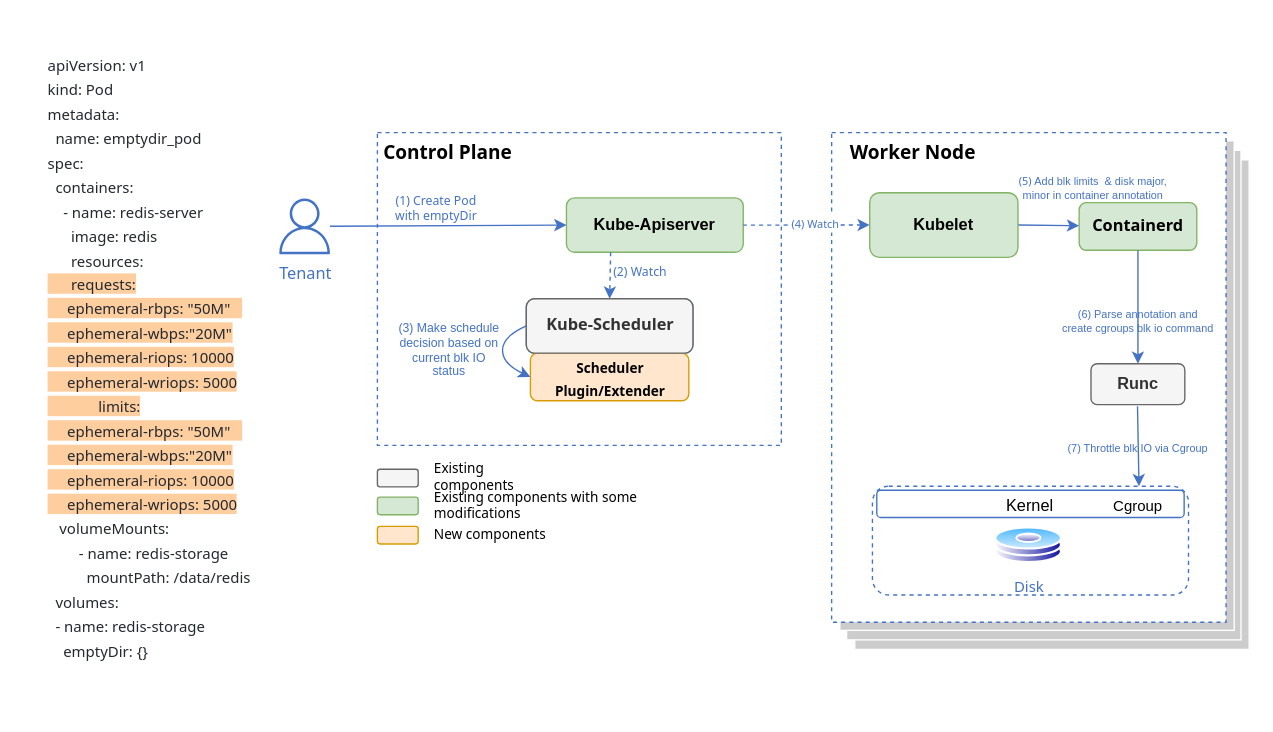
The draw.io diagram page "control flow" (13 of 13) of diagram/net_disk_io_design_v1.drawio in IntelOpen/kubernetes, before the edit. Source tidied: cells renumbered, new cells numbered last; positions are measured from the earlier drawing's top-left corner, leaving out a move shared by most shapes. Both pictures are drawn from the tidied source at 136%, with x=0, y=0 at pixel (23, 23).
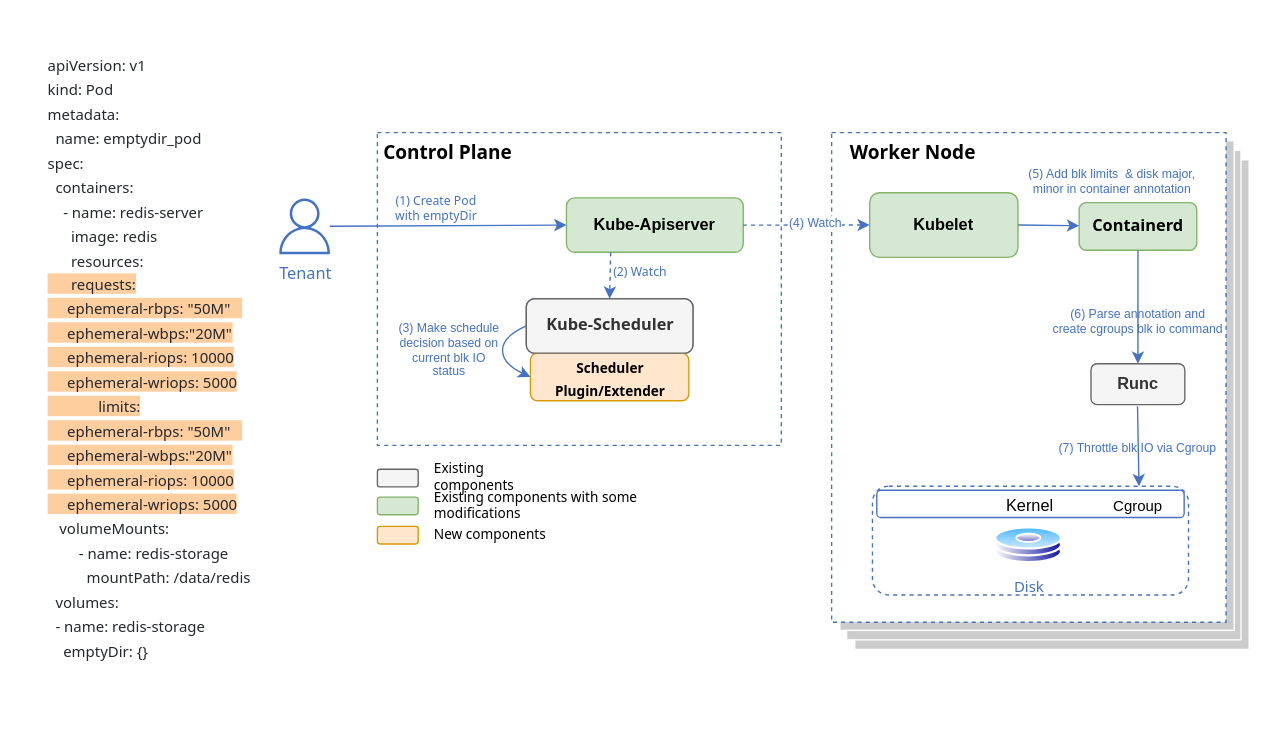
After the change.

The change refers to these unchanged cells:
```xml
<mxCell id="14" value="&lt;h3 style=&quot;font-size: 12px;&quot;&gt;&lt;font face=&quot;Tahoma&quot; style=&quot;font-size: 12px;&quot;&gt;Containerd&lt;/font&gt;&lt;/h3&gt;" style="rounded=1;whiteSpace=wrap;html=1;strokeColor=#82b366;fillColor=#d5e8d4;fontSize=12;" parent="1" vertex="1">
  <mxGeometry x="776" y="131.5" width="86.5" height="35" as="geometry" />
</mxCell>
<mxCell id="15" style="endArrow=classic;html=1;rounded=0;fontFamily=Tahoma;fontSize=9;fontColor=#4472C4;strokeColor=#4472C4;exitX=1;exitY=0.5;exitDx=0;exitDy=0;" parent="1" edge="1" source="18" target="14">
  <mxGeometry relative="1" as="geometry" />
</mxCell>
<mxCell id="17" value="&lt;b&gt;Runc&lt;/b&gt;" style="rounded=1;whiteSpace=wrap;html=1;strokeColor=#666666;fillColor=#f5f5f5;fontColor=#333333;" parent="1" vertex="1">
  <mxGeometry x="784.7" y="250" width="69" height="30" as="geometry" />
</mxCell>
<mxCell id="19" style="endArrow=none;html=1;rounded=0;fontFamily=Tahoma;fontSize=13;fontColor=#000000;strokeColor=#4472C4;exitX=0;exitY=0.5;exitDx=0;exitDy=0;entryX=1;entryY=0.5;entryDx=0;entryDy=0;dashed=1;endFill=0;startArrow=classic;startFill=1;" parent="1" edge="1" source="18" target="7">
  <mxGeometry relative="1" as="geometry" />
</mxCell>
<mxCell id="27" style="edgeStyle=none;html=1;strokeColor=#4472C4;labelBorderColor=none;labelBackgroundColor=#FFCE9F;exitX=0.5;exitY=1;exitDx=0;exitDy=0;" parent="1" edge="1">
  <mxGeometry x="-0.01" y="-69" relative="1" as="geometry">
    <mxPoint x="818.9" y="281.2" as="sourcePoint" />
    <mxPoint x="820" y="340" as="targetPoint" />
  </mxGeometry>
</mxCell>
```

Diff of the diagram source:
```diff
@@
-    <mxCell id="16" value="&lt;span style=&quot;color: rgb(68, 114, 196); font-family: Tahoma; font-size: 8px;&quot;&gt;(5)&amp;nbsp;&lt;/span&gt;&lt;span style=&quot;color: rgb(68, 114, 196); font-size: 8px; font-variant-numeric: normal; font-variant-east-asian: normal; letter-spacing: 0pt; text-indent: 0in; font-family: &amp;quot;Intel Clear&amp;quot;; vertical-align: baseline;&quot;&gt;Add blk limits&amp;nbsp; &amp;amp; disk major,&lt;br style=&quot;font-size: 8px;&quot;&gt;minor in container annotation&lt;/span&gt;" style="edgeLabel;html=1;align=center;verticalAlign=middle;fontSize=8;fontColor=#000000;labelBackgroundColor=none;" parent="15" vertex="1">
+    <mxCell id="16" value="&lt;span style=&quot;color: rgb(68, 114, 196); font-family: Tahoma; font-size: 9px;&quot;&gt;(5)&amp;nbsp;&lt;/span&gt;&lt;span style=&quot;color: rgb(68, 114, 196); font-size: 9px; font-variant-numeric: normal; font-variant-east-asian: normal; letter-spacing: 0pt; text-indent: 0in; font-family: &amp;quot;Intel Clear&amp;quot;; vertical-align: baseline;&quot;&gt;Add blk limits&amp;nbsp; &amp;amp; disk major,&lt;br style=&quot;font-size: 9px;&quot;&gt;minor in container annotation&lt;/span&gt;" style="edgeLabel;html=1;align=center;verticalAlign=middle;fontSize=9;fontColor=#000000;labelBackgroundColor=none;" parent="15" vertex="1">
       <mxGeometry x="-0.52" y="1" relative="1" as="geometry">
-        <mxPoint x="43" y="-27" as="offset" />
+        <mxPoint x="57" y="-32" as="offset" />
       </mxGeometry>
     </mxCell>
@@
-    <mxCell id="20" value="&lt;font style=&quot;font-size: 8px;&quot; face=&quot;Tahoma&quot;&gt;(4) Watch&lt;/font&gt;" style="edgeLabel;html=1;align=center;verticalAlign=middle;fontColor=#4472C4;" parent="19" vertex="1">
+    <mxCell id="20" value="&lt;font style=&quot;font-size: 9px;&quot;&gt;(4) Watch&lt;/font&gt;" style="edgeLabel;html=1;align=center;verticalAlign=middle;fontColor=#4472C4;fontFamily=Helvetica;fontSize=9;" parent="19" vertex="1">
       <mxGeometry x="-0.15" y="-1" relative="1" as="geometry" />
     </mxCell>
@@
-    <mxCell id="28" value="(7) Throttle blk IO via Cgroup&amp;nbsp;" style="edgeLabel;html=1;align=center;verticalAlign=middle;fontSize=8;fontColor=#4472C4;labelBackgroundColor=none;" parent="27" vertex="1">
+    <mxCell id="28" value="(7) Throttle blk IO via Cgroup&amp;nbsp;" style="edgeLabel;html=1;align=center;verticalAlign=middle;fontSize=9;fontColor=#4472C4;labelBackgroundColor=none;" parent="27" vertex="1">
       <mxGeometry x="-0.22" y="2" relative="1" as="geometry">
         <mxPoint x="-2" y="7" as="offset" />
       </mxGeometry>
     </mxCell>
@@
-    <mxCell id="30" value="&lt;span style=&quot;font-size: 8px;&quot;&gt;&lt;font color=&quot;#4472c4&quot; style=&quot;font-size: 8px;&quot;&gt;(6) Parse annotation and &lt;br style=&quot;font-size: 8px;&quot;&gt;create cgroups blk io command&lt;/font&gt;&lt;/span&gt;" style="edgeStyle=none;html=1;strokeColor=#4472C4;labelBorderColor=none;labelBackgroundColor=none;fontSize=8;" parent="1" edge="1" source="14" target="17">
+    <mxCell id="30" value="&lt;span style=&quot;font-size: 9px;&quot;&gt;&lt;font color=&quot;#4472c4&quot; style=&quot;font-size: 9px;&quot;&gt;(6) Parse annotation and &lt;br style=&quot;font-size: 9px;&quot;&gt;create cgroups blk io command&lt;/font&gt;&lt;/span&gt;" style="edgeStyle=none;html=1;strokeColor=#4472C4;labelBorderColor=none;labelBackgroundColor=none;fontSize=9;" parent="1" edge="1" source="14" target="17">
       <mxGeometry x="0.28" relative="1" as="geometry" />
     </mxCell>
```
